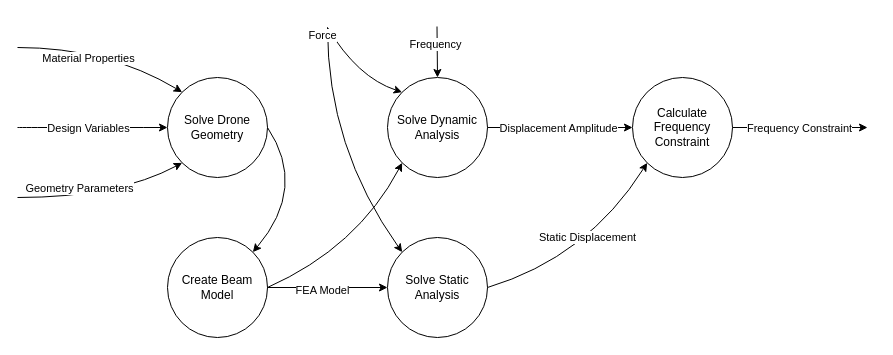
Before: Thesis/Images/DFDs/DFD Frequency Constraint (1).drawio in NathanielHargan/UAV_Optimization, a draw.io diagram. Source tidied: cells renumbered, new cells numbered last; positions are measured from the earlier drawing's top-left corner, leaving out a move shared by most shapes. Both pictures are drawn from the tidied source at 100%, with x=0, y=0 at pixel (17, 26).
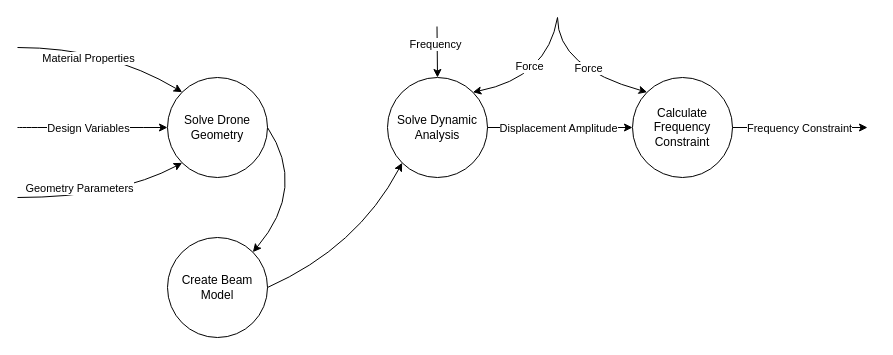
The same page after the edit.

The change refers to these unchanged cells:
```xml
<mxCell id="5" value="Create Beam Model" style="ellipse;whiteSpace=wrap;html=1;" parent="1" vertex="1">
  <mxGeometry x="150" y="211" width="100" height="100" as="geometry" />
</mxCell>
<mxCell id="13" value="Calculate Frequency Constraint" style="ellipse;whiteSpace=wrap;html=1;" parent="1" vertex="1">
  <mxGeometry x="615" y="51" width="100" height="100" as="geometry" />
</mxCell>
<mxCell id="17" value="Solve Dynamic Analysis" style="ellipse;whiteSpace=wrap;html=1;" parent="1" vertex="1">
  <mxGeometry x="370" y="51" width="100" height="100" as="geometry" />
</mxCell>
```

The edit, as a diff of the source:
```diff
@@
-    <mxCell id="10" value="Solve Static Analysis" style="ellipse;whiteSpace=wrap;html=1;" parent="1" vertex="1">
-      <mxGeometry x="370" y="211" width="100" height="100" as="geometry" />
-    </mxCell>
-    <mxCell id="11" style="endArrow=classic;html=1;rounded=0;entryX=0;entryY=0.5;entryDx=0;entryDy=0;exitX=1;exitY=0.5;exitDx=0;exitDy=0;" parent="1" edge="1" source="5" target="10">
-      <mxGeometry relative="1" as="geometry" />
-    </mxCell>
-    <mxCell id="12" value="FEA Model" style="edgeLabel;html=1;align=center;verticalAlign=middle;" parent="11" vertex="1">
-      <mxGeometry x="-0.1" y="-2" relative="1" as="geometry" />
-    </mxCell>
@@
-    <mxCell id="19" style="curved=1;endArrow=classic;html=1;rounded=0;entryX=0;entryY=0;entryDx=0;entryDy=0;" parent="1" edge="1" target="17">
+    <mxCell id="19" style="curved=1;endArrow=classic;html=1;rounded=0;entryX=0;entryY=0;entryDx=0;entryDy=0;" parent="1" edge="1" target="13">
       <mxGeometry relative="1" as="geometry">
-        <mxPoint x="310" y="1" as="sourcePoint" />
+        <mxPoint x="540" y="-9" as="sourcePoint" />
         <Array as="points">
-          <mxPoint x="340" y="51" />
+          <mxPoint x="540" y="41" />
         </Array>
       </mxGeometry>
     </mxCell>
-    <mxCell id="20" style="curved=1;endArrow=classic;html=1;rounded=0;entryX=0;entryY=0;entryDx=0;entryDy=0;" parent="1" edge="1" target="10">
-      <mxGeometry relative="1" as="geometry">
-        <mxPoint x="310" y="1" as="sourcePoint" />
-        <Array as="points">
-          <mxPoint x="310" y="121" />
-        </Array>
-      </mxGeometry>
-    </mxCell>
-    <mxCell id="21" value="Force" style="edgeLabel;html=1;align=center;verticalAlign=middle;" parent="1" vertex="1">
-      <mxGeometry x="315" y="1" as="geometry">
-        <mxPoint x="-11" y="7" as="offset" />
-      </mxGeometry>
-    </mxCell>
@@
-    <mxCell id="24" style="curved=1;endArrow=classic;html=1;rounded=0;entryX=0;entryY=1;entryDx=0;entryDy=0;exitX=1;exitY=0.5;exitDx=0;exitDy=0;" parent="1" edge="1" source="10" target="13">
-      <mxGeometry relative="1" as="geometry">
-        <Array as="points">
-          <mxPoint x="570" y="231" />
-        </Array>
-      </mxGeometry>
-    </mxCell>
-    <mxCell id="25" value="Static Displacement" style="edgeLabel;html=1;align=center;verticalAlign=middle;" parent="24" vertex="1">
-      <mxGeometry x="-0.4" y="12" relative="1" as="geometry">
-        <mxPoint x="41" y="-20" as="offset" />
-      </mxGeometry>
-    </mxCell>
@@
+    <mxCell id="28" style="curved=1;endArrow=classic;html=1;rounded=0;entryX=1;entryY=0;entryDx=0;entryDy=0;" parent="1" edge="1" target="17">
+      <mxGeometry relative="1" as="geometry">
+        <mxPoint x="540" y="-9" as="sourcePoint" />
+        <Array as="points">
+          <mxPoint x="530" y="51" />
+        </Array>
+      </mxGeometry>
+    </mxCell>
+    <mxCell id="29" value="Force" style="edgeLabel;html=1;align=center;verticalAlign=middle;" parent="28" vertex="1">
+      <mxGeometry x="0.13" y="-15" relative="1" as="geometry" />
+    </mxCell>
+    <mxCell id="30" value="Force" style="edgeLabel;html=1;align=center;verticalAlign=middle;" parent="1" vertex="1">
+      <mxGeometry x="570" y="41" as="geometry" />
+    </mxCell>
```
